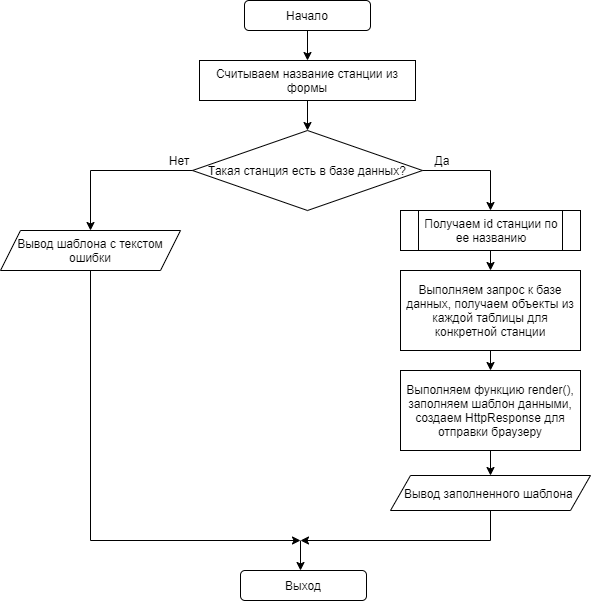
Earlier version of the draw.io export name.png (Sofya99/Diplom). Source tidied: cells renumbered, new cells last; positions are measured from the earlier drawing's top-left corner, leaving out a move shared by most shapes. The source it was exported from:
```xml
<mxGraphModel>
  <root>
    <mxCell id="0" />
    <mxCell id="1" parent="0" />
    <mxCell id="2" value="Начало" style="rounded=1;whiteSpace=wrap;html=1;" parent="1" vertex="1">
      <mxGeometry x="244" width="126" height="30" as="geometry" />
    </mxCell>
    <mxCell id="3" value="Считываем название станции из формы" style="rounded=0;whiteSpace=wrap;html=1;" parent="1" vertex="1">
      <mxGeometry x="199" y="60" width="216" height="40" as="geometry" />
    </mxCell>
    <mxCell id="4" value="Такая станция есть в базе данных?" style="rhombus;whiteSpace=wrap;html=1;" parent="1" vertex="1">
      <mxGeometry x="192" y="130" width="230" height="80" as="geometry" />
    </mxCell>
    <mxCell id="5" value="Выход" style="rounded=1;whiteSpace=wrap;html=1;" parent="1" vertex="1">
      <mxGeometry x="240" y="570" width="126" height="30" as="geometry" />
    </mxCell>
    <mxCell id="6" style="endArrow=none;html=1;entryX=0;entryY=0.5;entryDx=0;entryDy=0;" parent="1" edge="1" target="4">
      <mxGeometry relative="1" as="geometry">
        <mxPoint x="90" y="170" as="sourcePoint" />
      </mxGeometry>
    </mxCell>
    <mxCell id="7" value="Вывод шаблона с текстом ошибки" style="shape=parallelogram;perimeter=parallelogramPerimeter;whiteSpace=wrap;html=1;fixedSize=1;" parent="1" vertex="1">
      <mxGeometry y="230" width="180" height="40" as="geometry" />
    </mxCell>
    <mxCell id="8" style="endArrow=classic;html=1;entryX=0.5;entryY=0;entryDx=0;entryDy=0;" parent="1" edge="1" target="7">
      <mxGeometry relative="1" as="geometry">
        <mxPoint x="90" y="170" as="sourcePoint" />
      </mxGeometry>
    </mxCell>
    <mxCell id="9" style="endArrow=classic;html=1;exitX=0.5;exitY=1;exitDx=0;exitDy=0;" parent="1" edge="1" source="2">
      <mxGeometry relative="1" as="geometry">
        <mxPoint x="307" y="60" as="targetPoint" />
      </mxGeometry>
    </mxCell>
    <mxCell id="10" style="endArrow=classic;html=1;exitX=0.5;exitY=1;exitDx=0;exitDy=0;entryX=0.5;entryY=0;entryDx=0;entryDy=0;" parent="1" edge="1" source="3" target="4">
      <mxGeometry relative="1" as="geometry" />
    </mxCell>
    <mxCell id="11" value="Нет" style="text;html=1;strokeColor=none;fillColor=none;align=center;verticalAlign=middle;whiteSpace=wrap;rounded=0;" parent="1" vertex="1">
      <mxGeometry x="159" y="150" width="40" height="20" as="geometry" />
    </mxCell>
    <mxCell id="12" value="Да" style="text;html=1;strokeColor=none;fillColor=none;align=center;verticalAlign=middle;whiteSpace=wrap;rounded=0;" parent="1" vertex="1">
      <mxGeometry x="422" y="150" width="40" height="20" as="geometry" />
    </mxCell>
    <mxCell id="13" style="endArrow=none;html=1;entryX=0.5;entryY=1;entryDx=0;entryDy=0;" parent="1" edge="1" target="7">
      <mxGeometry relative="1" as="geometry">
        <mxPoint x="90" y="540" as="sourcePoint" />
      </mxGeometry>
    </mxCell>
    <mxCell id="14" style="endArrow=none;html=1;exitX=0;exitY=1;exitDx=0;exitDy=0;" parent="1" edge="1" source="12">
      <mxGeometry relative="1" as="geometry">
        <mxPoint x="490" y="170" as="targetPoint" />
      </mxGeometry>
    </mxCell>
    <mxCell id="15" style="edgeStyle=orthogonalEdgeStyle;rounded=0;jettySize=auto;html=1;exitX=0.5;exitY=1;exitDx=0;exitDy=0;entryX=0.5;entryY=0;entryDx=0;entryDy=0;" parent="1" edge="1" source="16" target="21">
      <mxGeometry relative="1" as="geometry" />
    </mxCell>
    <mxCell id="16" value="Выполняем запрос к базе данных, получаем объекты из каждой таблицы для конкретной станции" style="rounded=0;whiteSpace=wrap;html=1;" parent="1" vertex="1">
      <mxGeometry x="400" y="270" width="180" height="80" as="geometry" />
    </mxCell>
    <mxCell id="17" value="Получаем id станции по ее названию" style="shape=process;whiteSpace=wrap;html=1;backgroundOutline=1;" parent="1" vertex="1">
      <mxGeometry x="400" y="210" width="180" height="40" as="geometry" />
    </mxCell>
    <mxCell id="18" style="endArrow=classic;html=1;entryX=0.5;entryY=0;entryDx=0;entryDy=0;" parent="1" edge="1" target="17">
      <mxGeometry relative="1" as="geometry">
        <mxPoint x="490" y="170" as="sourcePoint" />
      </mxGeometry>
    </mxCell>
    <mxCell id="19" style="endArrow=classic;html=1;exitX=0.5;exitY=1;exitDx=0;exitDy=0;entryX=0.5;entryY=0;entryDx=0;entryDy=0;" parent="1" edge="1" source="17" target="16">
      <mxGeometry relative="1" as="geometry" />
    </mxCell>
    <mxCell id="20" style="edgeStyle=orthogonalEdgeStyle;rounded=0;jettySize=auto;html=1;exitX=0.5;exitY=1;exitDx=0;exitDy=0;entryX=0.5;entryY=0;entryDx=0;entryDy=0;" parent="1" edge="1" source="21" target="22">
      <mxGeometry relative="1" as="geometry" />
    </mxCell>
    <mxCell id="21" value="Выполняем функцию render(), заполняем шаблон данными, создаем HttpResponse для отправки браузеру" style="rounded=0;whiteSpace=wrap;html=1;" parent="1" vertex="1">
      <mxGeometry x="400" y="370" width="180" height="80" as="geometry" />
    </mxCell>
    <mxCell id="22" value="Вывод заполненного шаблона&amp;nbsp;" style="shape=parallelogram;perimeter=parallelogramPerimeter;whiteSpace=wrap;html=1;fixedSize=1;" parent="1" vertex="1">
      <mxGeometry x="390" y="475" width="200" height="35" as="geometry" />
    </mxCell>
    <mxCell id="23" style="endArrow=none;html=1;exitX=0.5;exitY=1;exitDx=0;exitDy=0;" parent="1" edge="1" source="22">
      <mxGeometry relative="1" as="geometry">
        <mxPoint x="490" y="540" as="targetPoint" />
      </mxGeometry>
    </mxCell>
    <mxCell id="24" style="edgeStyle=orthogonalEdgeStyle;rounded=0;orthogonalLoop=1;jettySize=auto;html=1;exitX=0.5;exitY=1;exitDx=0;exitDy=0;" parent="1" edge="1" source="5" target="5">
      <mxGeometry relative="1" as="geometry" />
    </mxCell>
    <mxCell id="25" style="endArrow=classic;html=1;" parent="1" edge="1">
      <mxGeometry relative="1" as="geometry">
        <mxPoint x="300" y="540" as="sourcePoint" />
        <mxPoint x="300" y="570" as="targetPoint" />
      </mxGeometry>
    </mxCell>
    <mxCell id="26" style="endArrow=classic;html=1;" parent="1" edge="1">
      <mxGeometry relative="1" as="geometry">
        <mxPoint x="90" y="540" as="sourcePoint" />
        <mxPoint x="300" y="540" as="targetPoint" />
      </mxGeometry>
    </mxCell>
    <mxCell id="27" style="endArrow=classic;html=1;" parent="1" edge="1">
      <mxGeometry relative="1" as="geometry">
        <mxPoint x="490" y="540" as="sourcePoint" />
        <mxPoint x="300" y="540" as="targetPoint" />
      </mxGeometry>
    </mxCell>
  </root>
</mxGraphModel>
```
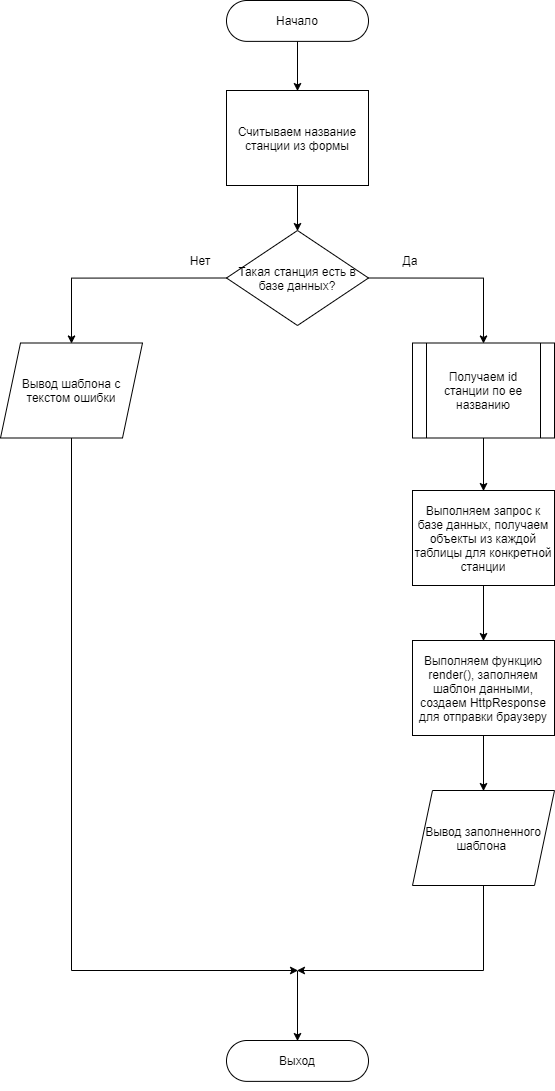
After the commit.

Diff of the diagram source:
```diff
@@ -2,106 +2,86 @@
   <root>
     <mxCell id="0" />
     <mxCell id="1" parent="0" />
-    <mxCell id="2" value="Начало" style="rounded=1;whiteSpace=wrap;html=1;" parent="1" vertex="1">
-      <mxGeometry x="244" width="126" height="30" as="geometry" />
+    <mxCell id="2" value="Начало" style="rounded=1;whiteSpace=wrap;html=1;arcSize=50;strokeWidth=0.5;" parent="1" vertex="1">
+      <mxGeometry x="236" y="-160" width="142" height="40.9" as="geometry" />
     </mxCell>
-    <mxCell id="3" value="Считываем название станции из формы" style="rounded=0;whiteSpace=wrap;html=1;" parent="1" vertex="1">
-      <mxGeometry x="199" y="60" width="216" height="40" as="geometry" />
+    <mxCell id="3" value="Считываем название станции из формы" style="rounded=0;whiteSpace=wrap;html=1;strokeWidth=0.5;" parent="1" vertex="1">
+      <mxGeometry x="236" y="-70" width="142" height="95" as="geometry" />
     </mxCell>
+    <mxCell id="28" style="edgeStyle=orthogonalEdgeStyle;rounded=0;jettySize=auto;html=1;exitX=0;exitY=0.5;exitDx=0;exitDy=0;entryX=0.5;entryY=0;entryDx=0;entryDy=0;fontSize=11;strokeWidth=0.5;" parent="1" edge="1" source="4" target="7">
+      <mxGeometry relative="1" as="geometry" />
+    </mxCell>
+    <mxCell id="29" style="edgeStyle=orthogonalEdgeStyle;rounded=0;jettySize=auto;html=1;exitX=1;exitY=0.5;exitDx=0;exitDy=0;entryX=0.5;entryY=0;entryDx=0;entryDy=0;fontSize=11;strokeWidth=0.5;" parent="1" edge="1" source="4" target="17">
+      <mxGeometry relative="1" as="geometry" />
+    </mxCell>
-    <mxCell id="4" value="Такая станция есть в базе данных?" style="rhombus;whiteSpace=wrap;html=1;" parent="1" vertex="1">
-      <mxGeometry x="192" y="130" width="230" height="80" as="geometry" />
+    <mxCell id="4" value="Такая станция есть в базе данных?" style="rhombus;whiteSpace=wrap;html=1;strokeWidth=0.5;" parent="1" vertex="1">
+      <mxGeometry x="236" y="70" width="142" height="95" as="geometry" />
     </mxCell>
-    <mxCell id="5" value="Выход" style="rounded=1;whiteSpace=wrap;html=1;" parent="1" vertex="1">
-      <mxGeometry x="240" y="570" width="126" height="30" as="geometry" />
+    <mxCell id="5" value="Выход" style="rounded=1;whiteSpace=wrap;html=1;arcSize=50;strokeWidth=0.5;" parent="1" vertex="1">
+      <mxGeometry x="236" y="880" width="142" height="40.9" as="geometry" />
     </mxCell>
-    <mxCell id="6" style="endArrow=none;html=1;entryX=0;entryY=0.5;entryDx=0;entryDy=0;" parent="1" edge="1" target="4">
-      <mxGeometry relative="1" as="geometry">
-        <mxPoint x="90" y="170" as="sourcePoint" />
-      </mxGeometry>
-    </mxCell>
+    <mxCell id="30" style="edgeStyle=orthogonalEdgeStyle;rounded=0;jettySize=auto;html=1;exitX=0.5;exitY=1;exitDx=0;exitDy=0;fontSize=11;strokeWidth=0.5;" parent="1" edge="1" source="7">
+      <mxGeometry relative="1" as="geometry">
+        <mxPoint x="307" y="810" as="targetPoint" />
+        <Array as="points">
+          <mxPoint x="81" y="810" />
+        </Array>
+      </mxGeometry>
+    </mxCell>
-    <mxCell id="7" value="Вывод шаблона с текстом ошибки" style="shape=parallelogram;perimeter=parallelogramPerimeter;whiteSpace=wrap;html=1;fixedSize=1;" parent="1" vertex="1">
-      <mxGeometry y="230" width="180" height="40" as="geometry" />
+    <mxCell id="7" value="Вывод шаблона с текстом ошибки" style="shape=parallelogram;perimeter=parallelogramPerimeter;whiteSpace=wrap;html=1;fixedSize=1;strokeWidth=0.5;" parent="1" vertex="1">
+      <mxGeometry x="10" y="182.5" width="142" height="95" as="geometry" />
     </mxCell>
-    <mxCell id="8" style="endArrow=classic;html=1;entryX=0.5;entryY=0;entryDx=0;entryDy=0;" parent="1" edge="1" target="7">
-      <mxGeometry relative="1" as="geometry">
-        <mxPoint x="90" y="170" as="sourcePoint" />
-      </mxGeometry>
-    </mxCell>
-    <mxCell id="9" style="endArrow=classic;html=1;exitX=0.5;exitY=1;exitDx=0;exitDy=0;" parent="1" edge="1" source="2">
+    <mxCell id="9" style="endArrow=classic;html=1;exitX=0.5;exitY=1;exitDx=0;exitDy=0;strokeWidth=0.5;" parent="1" edge="1" source="2">
       <mxGeometry relative="1" as="geometry">
-        <mxPoint x="307" y="60" as="targetPoint" />
+        <mxPoint x="307" y="-70" as="targetPoint" />
       </mxGeometry>
     </mxCell>
-    <mxCell id="10" style="endArrow=classic;html=1;exitX=0.5;exitY=1;exitDx=0;exitDy=0;entryX=0.5;entryY=0;entryDx=0;entryDy=0;" parent="1" edge="1" source="3" target="4">
+    <mxCell id="10" style="endArrow=classic;html=1;exitX=0.5;exitY=1;exitDx=0;exitDy=0;entryX=0.5;entryY=0;entryDx=0;entryDy=0;strokeWidth=0.5;" parent="1" edge="1" source="3" target="4">
       <mxGeometry relative="1" as="geometry" />
     </mxCell>
-    <mxCell id="11" value="Нет" style="text;html=1;strokeColor=none;fillColor=none;align=center;verticalAlign=middle;whiteSpace=wrap;rounded=0;" parent="1" vertex="1">
-      <mxGeometry x="159" y="150" width="40" height="20" as="geometry" />
+    <mxCell id="11" value="Нет" style="text;html=1;strokeColor=none;fillColor=none;align=center;verticalAlign=middle;whiteSpace=wrap;rounded=0;strokeWidth=0.5;" parent="1" vertex="1">
+      <mxGeometry x="190" y="90" width="40" height="20" as="geometry" />
     </mxCell>
-    <mxCell id="12" value="Да" style="text;html=1;strokeColor=none;fillColor=none;align=center;verticalAlign=middle;whiteSpace=wrap;rounded=0;" parent="1" vertex="1">
-      <mxGeometry x="422" y="150" width="40" height="20" as="geometry" />
+    <mxCell id="12" value="Да" style="text;html=1;strokeColor=none;fillColor=none;align=center;verticalAlign=middle;whiteSpace=wrap;rounded=0;strokeWidth=0.5;" parent="1" vertex="1">
+      <mxGeometry x="400" y="90" width="40" height="20" as="geometry" />
     </mxCell>
-    <mxCell id="13" style="endArrow=none;html=1;entryX=0.5;entryY=1;entryDx=0;entryDy=0;" parent="1" edge="1" target="7">
-      <mxGeometry relative="1" as="geometry">
-        <mxPoint x="90" y="540" as="sourcePoint" />
-      </mxGeometry>
-    </mxCell>
-    <mxCell id="14" style="endArrow=none;html=1;exitX=0;exitY=1;exitDx=0;exitDy=0;" parent="1" edge="1" source="12">
-      <mxGeometry relative="1" as="geometry">
-        <mxPoint x="490" y="170" as="targetPoint" />
-      </mxGeometry>
-    </mxCell>
-    <mxCell id="15" style="edgeStyle=orthogonalEdgeStyle;rounded=0;jettySize=auto;html=1;exitX=0.5;exitY=1;exitDx=0;exitDy=0;entryX=0.5;entryY=0;entryDx=0;entryDy=0;" parent="1" edge="1" source="16" target="21">
+    <mxCell id="15" style="edgeStyle=orthogonalEdgeStyle;rounded=0;jettySize=auto;html=1;exitX=0.5;exitY=1;exitDx=0;exitDy=0;entryX=0.5;entryY=0;entryDx=0;entryDy=0;strokeWidth=0.5;" parent="1" edge="1" source="16" target="21">
       <mxGeometry relative="1" as="geometry" />
     </mxCell>
-    <mxCell id="16" value="Выполняем запрос к базе данных, получаем объекты из каждой таблицы для конкретной станции" style="rounded=0;whiteSpace=wrap;html=1;" parent="1" vertex="1">
-      <mxGeometry x="400" y="270" width="180" height="80" as="geometry" />
+    <mxCell id="16" value="Выполняем запрос к базе данных, получаем объекты из каждой таблицы для конкретной станции" style="rounded=0;whiteSpace=wrap;html=1;strokeWidth=0.5;" parent="1" vertex="1">
+      <mxGeometry x="422" y="330" width="142" height="95" as="geometry" />
     </mxCell>
-    <mxCell id="17" value="Получаем id станции по ее названию" style="shape=process;whiteSpace=wrap;html=1;backgroundOutline=1;" parent="1" vertex="1">
-      <mxGeometry x="400" y="210" width="180" height="40" as="geometry" />
+    <mxCell id="17" value="Получаем id станции по ее названию" style="shape=process;whiteSpace=wrap;html=1;backgroundOutline=1;strokeWidth=0.5;" parent="1" vertex="1">
+      <mxGeometry x="422" y="182.5" width="142" height="95" as="geometry" />
     </mxCell>
-    <mxCell id="18" style="endArrow=classic;html=1;entryX=0.5;entryY=0;entryDx=0;entryDy=0;" parent="1" edge="1" target="17">
-      <mxGeometry relative="1" as="geometry">
-        <mxPoint x="490" y="170" as="sourcePoint" />
-      </mxGeometry>
-    </mxCell>
-    <mxCell id="19" style="endArrow=classic;html=1;exitX=0.5;exitY=1;exitDx=0;exitDy=0;entryX=0.5;entryY=0;entryDx=0;entryDy=0;" parent="1" edge="1" source="17" target="16">
+    <mxCell id="19" style="endArrow=classic;html=1;exitX=0.5;exitY=1;exitDx=0;exitDy=0;entryX=0.5;entryY=0;entryDx=0;entryDy=0;strokeWidth=0.5;" parent="1" edge="1" source="17" target="16">
       <mxGeometry relative="1" as="geometry" />
     </mxCell>
-    <mxCell id="20" style="edgeStyle=orthogonalEdgeStyle;rounded=0;jettySize=auto;html=1;exitX=0.5;exitY=1;exitDx=0;exitDy=0;entryX=0.5;entryY=0;entryDx=0;entryDy=0;" parent="1" edge="1" source="21" target="22">
+    <mxCell id="20" style="edgeStyle=orthogonalEdgeStyle;rounded=0;jettySize=auto;html=1;exitX=0.5;exitY=1;exitDx=0;exitDy=0;entryX=0.5;entryY=0;entryDx=0;entryDy=0;strokeWidth=0.5;" parent="1" edge="1" source="21" target="22">
       <mxGeometry relative="1" as="geometry" />
     </mxCell>
-    <mxCell id="21" value="Выполняем функцию render(), заполняем шаблон данными, создаем HttpResponse для отправки браузеру" style="rounded=0;whiteSpace=wrap;html=1;" parent="1" vertex="1">
-      <mxGeometry x="400" y="370" width="180" height="80" as="geometry" />
+    <mxCell id="21" value="Выполняем функцию render(), заполняем шаблон данными, создаем HttpResponse для отправки браузеру" style="rounded=0;whiteSpace=wrap;html=1;strokeWidth=0.5;" parent="1" vertex="1">
+      <mxGeometry x="422" y="480" width="142" height="95" as="geometry" />
     </mxCell>
+    <mxCell id="31" style="edgeStyle=orthogonalEdgeStyle;rounded=0;jettySize=auto;html=1;exitX=0.5;exitY=1;exitDx=0;exitDy=0;fontSize=11;strokeWidth=0.5;" parent="1" edge="1" source="22">
+      <mxGeometry relative="1" as="geometry">
+        <mxPoint x="307" y="810" as="targetPoint" />
+        <Array as="points">
+          <mxPoint x="493" y="810" />
+          <mxPoint x="307" y="810" />
+        </Array>
+      </mxGeometry>
+    </mxCell>
-    <mxCell id="22" value="Вывод заполненного шаблона&amp;nbsp;" style="shape=parallelogram;perimeter=parallelogramPerimeter;whiteSpace=wrap;html=1;fixedSize=1;" parent="1" vertex="1">
-      <mxGeometry x="390" y="475" width="200" height="35" as="geometry" />
+    <mxCell id="22" value="Вывод заполненного шаблона&amp;nbsp;" style="shape=parallelogram;perimeter=parallelogramPerimeter;whiteSpace=wrap;html=1;fixedSize=1;strokeWidth=0.5;" parent="1" vertex="1">
+      <mxGeometry x="422" y="630" width="142" height="95" as="geometry" />
     </mxCell>
-    <mxCell id="23" style="endArrow=none;html=1;exitX=0.5;exitY=1;exitDx=0;exitDy=0;" parent="1" edge="1" source="22">
-      <mxGeometry relative="1" as="geometry">
-        <mxPoint x="490" y="540" as="targetPoint" />
-      </mxGeometry>
-    </mxCell>
-    <mxCell id="24" style="edgeStyle=orthogonalEdgeStyle;rounded=0;orthogonalLoop=1;jettySize=auto;html=1;exitX=0.5;exitY=1;exitDx=0;exitDy=0;" parent="1" edge="1" source="5" target="5">
+    <mxCell id="24" style="edgeStyle=orthogonalEdgeStyle;rounded=0;orthogonalLoop=1;jettySize=auto;html=1;exitX=0.5;exitY=1;exitDx=0;exitDy=0;strokeWidth=0.5;" parent="1" edge="1" source="5" target="5">
       <mxGeometry relative="1" as="geometry" />
     </mxCell>
-    <mxCell id="25" style="endArrow=classic;html=1;" parent="1" edge="1">
-      <mxGeometry relative="1" as="geometry">
-        <mxPoint x="300" y="540" as="sourcePoint" />
-        <mxPoint x="300" y="570" as="targetPoint" />
-      </mxGeometry>
-    </mxCell>
-    <mxCell id="26" style="endArrow=classic;html=1;" parent="1" edge="1">
-      <mxGeometry relative="1" as="geometry">
-        <mxPoint x="90" y="540" as="sourcePoint" />
-        <mxPoint x="300" y="540" as="targetPoint" />
-      </mxGeometry>
-    </mxCell>
-    <mxCell id="27" style="endArrow=classic;html=1;" parent="1" edge="1">
-      <mxGeometry relative="1" as="geometry">
-        <mxPoint x="490" y="540" as="sourcePoint" />
-        <mxPoint x="300" y="540" as="targetPoint" />
-      </mxGeometry>
-    </mxCell>
+    <mxCell id="32" style="endArrow=classic;html=1;fontSize=11;strokeWidth=0.5;entryX=0.5;entryY=0;entryDx=0;entryDy=0;" parent="1" edge="1" target="5">
+      <mxGeometry relative="1" as="geometry">
+        <mxPoint x="307" y="810" as="sourcePoint" />
+      </mxGeometry>
+    </mxCell>
   </root>
 </mxGraphModel>
```
